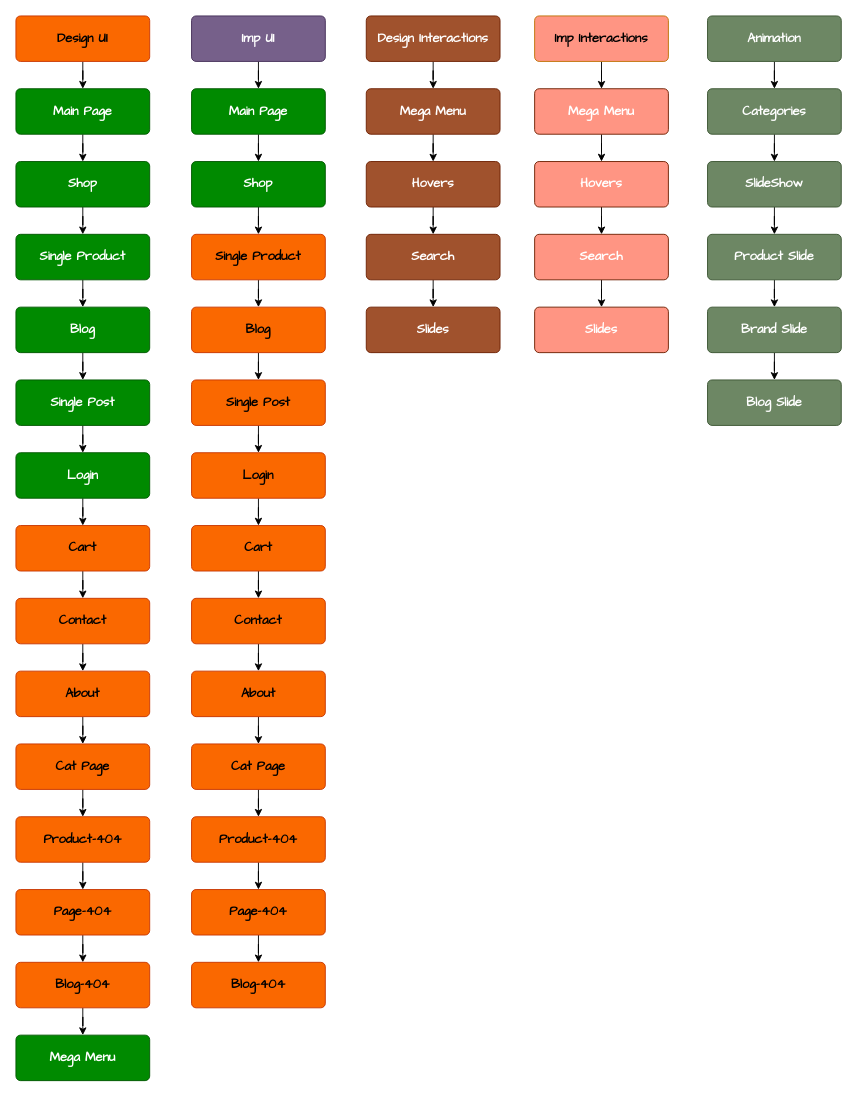
Above: JSProject.drawio in monfaredpersonal/Development (draw.io), before the change. Source tidied: cells renumbered, new cells numbered last; positions are measured from the earlier drawing's top-left corner, leaving out a move shared by most shapes. Both pictures are drawn from the tidied source at 91%, with x=0, y=0 at pixel (15, 15).
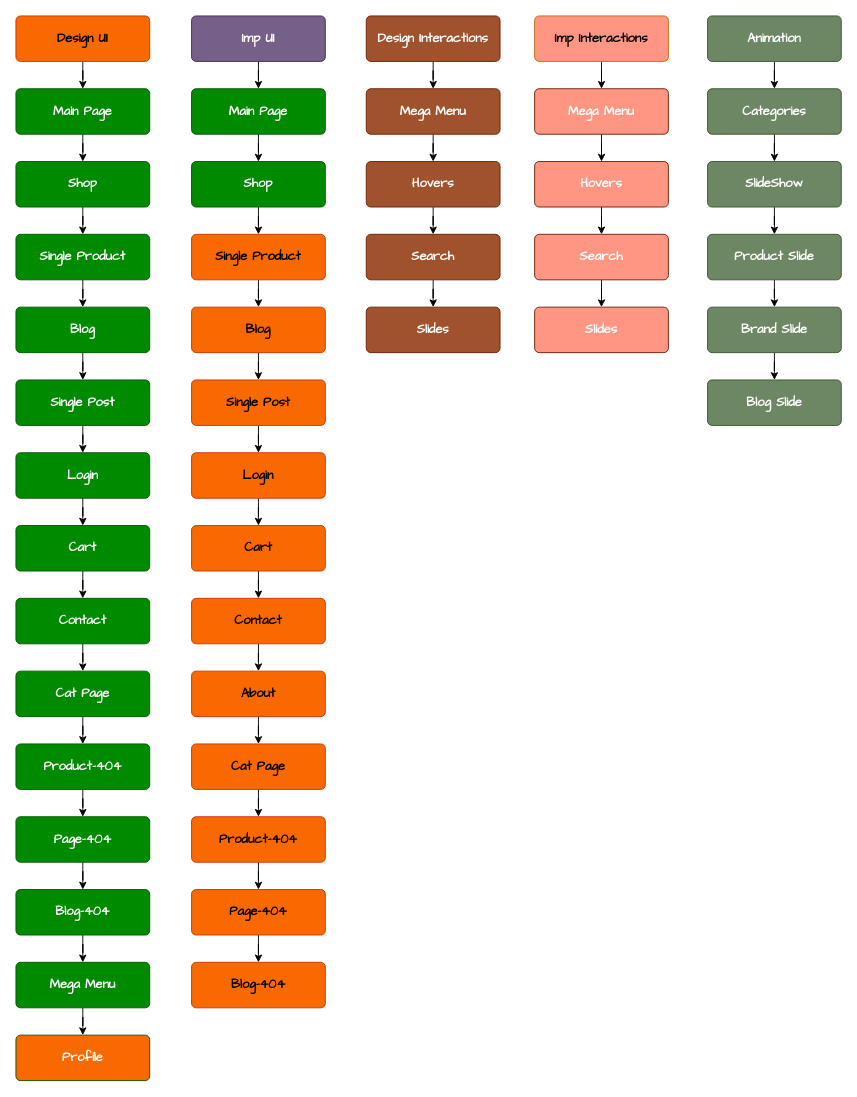
The same page after the edit.

What changed in the source:
```diff
@@
-    <mxCell id="25" value="&lt;div style=&quot;forced-color-adjust: none;&quot;&gt;Cart&lt;/div&gt;" style="html=1;shadow=0;dashed=0;shape=mxgraph.bootstrap.rrect;rSize=5;strokeColor=#C73500;strokeWidth=1;fillColor=#fa6800;fontColor=#000000;whiteSpace=wrap;align=center;verticalAlign=middle;spacingLeft=0;fontStyle=1;fontSize=14;spacing=5;rounded=1;glass=0;fillStyle=auto;fontFamily=Comic Sans MS;horizontal=1;textDirection=rtl;points=[];" parent="1" vertex="1">
+    <mxCell id="25" value="&lt;div style=&quot;forced-color-adjust: none;&quot;&gt;Cart&lt;/div&gt;" style="html=1;shadow=0;dashed=0;shape=mxgraph.bootstrap.rrect;rSize=5;strokeColor=#005700;strokeWidth=1;fillColor=#008a00;fontColor=#ffffff;whiteSpace=wrap;align=center;verticalAlign=middle;spacingLeft=0;fontStyle=1;fontSize=14;spacing=5;rounded=1;glass=0;fillStyle=auto;fontFamily=Comic Sans MS;horizontal=1;textDirection=rtl;points=[];" parent="1" vertex="1">
       <mxGeometry y="560" width="147" height="50" as="geometry" />
     </mxCell>
-    <mxCell id="26" style="edgeStyle=orthogonalEdgeStyle;rounded=0;jettySize=auto;html=1;" parent="1" edge="1" source="27" target="29">
-      <mxGeometry relative="1" as="geometry" />
-    </mxCell>
+    <mxCell id="87" style="edgeStyle=orthogonalEdgeStyle;rounded=0;jettySize=auto;html=1;" parent="1" edge="1" source="27" target="31">
+      <mxGeometry relative="1" as="geometry" />
+    </mxCell>
-    <mxCell id="27" value="&lt;div style=&quot;forced-color-adjust: none;&quot;&gt;Contact&lt;/div&gt;" style="html=1;shadow=0;dashed=0;shape=mxgraph.bootstrap.rrect;rSize=5;strokeColor=#C73500;strokeWidth=1;fillColor=#fa6800;fontColor=#000000;whiteSpace=wrap;align=center;verticalAlign=middle;spacingLeft=0;fontStyle=1;fontSize=14;spacing=5;rounded=1;glass=0;fillStyle=auto;fontFamily=Comic Sans MS;horizontal=1;textDirection=rtl;points=[];" parent="1" vertex="1">
+    <mxCell id="27" value="&lt;div style=&quot;forced-color-adjust: none;&quot;&gt;Contact&lt;/div&gt;" style="html=1;shadow=0;dashed=0;shape=mxgraph.bootstrap.rrect;rSize=5;strokeColor=#005700;strokeWidth=1;fillColor=#008a00;fontColor=#ffffff;whiteSpace=wrap;align=center;verticalAlign=middle;spacingLeft=0;fontStyle=1;fontSize=14;spacing=5;rounded=1;glass=0;fillStyle=auto;fontFamily=Comic Sans MS;horizontal=1;textDirection=rtl;points=[];" parent="1" vertex="1">
       <mxGeometry y="640" width="147" height="50" as="geometry" />
     </mxCell>
-    <mxCell id="28" style="edgeStyle=orthogonalEdgeStyle;rounded=0;jettySize=auto;html=1;" parent="1" edge="1" source="29" target="31">
-      <mxGeometry relative="1" as="geometry" />
-    </mxCell>
-    <mxCell id="29" value="&lt;div style=&quot;forced-color-adjust: none;&quot;&gt;About&lt;/div&gt;" style="html=1;shadow=0;dashed=0;shape=mxgraph.bootstrap.rrect;rSize=5;strokeColor=#C73500;strokeWidth=1;fillColor=#fa6800;fontColor=#000000;whiteSpace=wrap;align=center;verticalAlign=middle;spacingLeft=0;fontStyle=1;fontSize=14;spacing=5;rounded=1;glass=0;fillStyle=auto;fontFamily=Comic Sans MS;horizontal=1;textDirection=rtl;points=[];" parent="1" vertex="1">
-      <mxGeometry y="720" width="147" height="50" as="geometry" />
-    </mxCell>
@@
-    <mxCell id="31" value="&lt;div style=&quot;forced-color-adjust: none;&quot;&gt;Cat Page&lt;/div&gt;" style="html=1;shadow=0;dashed=0;shape=mxgraph.bootstrap.rrect;rSize=5;strokeColor=#C73500;strokeWidth=1;fillColor=#fa6800;fontColor=#000000;whiteSpace=wrap;align=center;verticalAlign=middle;spacingLeft=0;fontStyle=1;fontSize=14;spacing=5;rounded=1;glass=0;fillStyle=auto;fontFamily=Comic Sans MS;horizontal=1;textDirection=rtl;points=[];" parent="1" vertex="1">
-      <mxGeometry y="800" width="147" height="50" as="geometry" />
+    <mxCell id="31" value="&lt;div style=&quot;forced-color-adjust: none;&quot;&gt;Cat Page&lt;/div&gt;" style="html=1;shadow=0;dashed=0;shape=mxgraph.bootstrap.rrect;rSize=5;strokeColor=#005700;strokeWidth=1;fillColor=#008a00;fontColor=#ffffff;whiteSpace=wrap;align=center;verticalAlign=middle;spacingLeft=0;fontStyle=1;fontSize=14;spacing=5;rounded=1;glass=0;fillStyle=auto;fontFamily=Comic Sans MS;horizontal=1;textDirection=rtl;points=[];" parent="1" vertex="1">
+      <mxGeometry y="720" width="147" height="50" as="geometry" />
     </mxCell>
@@
-    <mxCell id="33" value="&lt;div style=&quot;forced-color-adjust: none;&quot;&gt;404-Product&lt;/div&gt;" style="html=1;shadow=0;dashed=0;shape=mxgraph.bootstrap.rrect;rSize=5;strokeColor=#C73500;strokeWidth=1;fillColor=#fa6800;fontColor=#000000;whiteSpace=wrap;align=center;verticalAlign=middle;spacingLeft=0;fontStyle=1;fontSize=14;spacing=5;rounded=1;glass=0;fillStyle=auto;fontFamily=Comic Sans MS;horizontal=1;textDirection=rtl;points=[];" parent="1" vertex="1">
-      <mxGeometry y="880" width="147" height="50" as="geometry" />
+    <mxCell id="33" value="&lt;div style=&quot;forced-color-adjust: none;&quot;&gt;404-Product&lt;/div&gt;" style="html=1;shadow=0;dashed=0;shape=mxgraph.bootstrap.rrect;rSize=5;strokeColor=#005700;strokeWidth=1;fillColor=#008a00;fontColor=#ffffff;whiteSpace=wrap;align=center;verticalAlign=middle;spacingLeft=0;fontStyle=1;fontSize=14;spacing=5;rounded=1;glass=0;fillStyle=auto;fontFamily=Comic Sans MS;horizontal=1;textDirection=rtl;points=[];" parent="1" vertex="1">
+      <mxGeometry y="800" width="147" height="50" as="geometry" />
     </mxCell>
@@
-    <mxCell id="35" value="&lt;div style=&quot;forced-color-adjust: none;&quot;&gt;404-Page&lt;/div&gt;" style="html=1;shadow=0;dashed=0;shape=mxgraph.bootstrap.rrect;rSize=5;strokeColor=#C73500;strokeWidth=1;fillColor=#fa6800;fontColor=#000000;whiteSpace=wrap;align=center;verticalAlign=middle;spacingLeft=0;fontStyle=1;fontSize=14;spacing=5;rounded=1;glass=0;fillStyle=auto;fontFamily=Comic Sans MS;horizontal=1;textDirection=rtl;points=[];" parent="1" vertex="1">
-      <mxGeometry y="960" width="147" height="50" as="geometry" />
+    <mxCell id="35" value="&lt;div style=&quot;forced-color-adjust: none;&quot;&gt;404-Page&lt;/div&gt;" style="html=1;shadow=0;dashed=0;shape=mxgraph.bootstrap.rrect;rSize=5;strokeColor=#005700;strokeWidth=1;fillColor=#008a00;fontColor=#ffffff;whiteSpace=wrap;align=center;verticalAlign=middle;spacingLeft=0;fontStyle=1;fontSize=14;spacing=5;rounded=1;glass=0;fillStyle=auto;fontFamily=Comic Sans MS;horizontal=1;textDirection=rtl;points=[];" parent="1" vertex="1">
+      <mxGeometry y="880" width="147" height="50" as="geometry" />
     </mxCell>
@@
-    <mxCell id="37" value="&lt;div style=&quot;forced-color-adjust: none;&quot;&gt;404-Blog&lt;/div&gt;" style="html=1;shadow=0;dashed=0;shape=mxgraph.bootstrap.rrect;rSize=5;strokeColor=#C73500;strokeWidth=1;fillColor=#fa6800;fontColor=#000000;whiteSpace=wrap;align=center;verticalAlign=middle;spacingLeft=0;fontStyle=1;fontSize=14;spacing=5;rounded=1;glass=0;fillStyle=auto;fontFamily=Comic Sans MS;horizontal=1;textDirection=rtl;points=[];" parent="1" vertex="1">
-      <mxGeometry y="1040" width="147" height="50" as="geometry" />
+    <mxCell id="37" value="&lt;div style=&quot;forced-color-adjust: none;&quot;&gt;404-Blog&lt;/div&gt;" style="html=1;shadow=0;dashed=0;shape=mxgraph.bootstrap.rrect;rSize=5;strokeColor=#005700;strokeWidth=1;fillColor=#008a00;fontColor=#ffffff;whiteSpace=wrap;align=center;verticalAlign=middle;spacingLeft=0;fontStyle=1;fontSize=14;spacing=5;rounded=1;glass=0;fillStyle=auto;fontFamily=Comic Sans MS;horizontal=1;textDirection=rtl;points=[];" parent="1" vertex="1">
+      <mxGeometry y="960" width="147" height="50" as="geometry" />
     </mxCell>
@@
+    <mxCell id="88" style="edgeStyle=orthogonalEdgeStyle;rounded=0;jettySize=auto;html=1;" parent="1" edge="1" source="86" target="89">
+      <mxGeometry relative="1" as="geometry" />
+    </mxCell>
     <mxCell id="86" value="&lt;div style=&quot;forced-color-adjust: none;&quot;&gt;Mega Menu&lt;/div&gt;" style="html=1;shadow=0;dashed=0;shape=mxgraph.bootstrap.rrect;rSize=5;strokeColor=#005700;strokeWidth=1;fillColor=#008a00;fontColor=#ffffff;whiteSpace=wrap;align=center;verticalAlign=middle;spacingLeft=0;fontStyle=1;fontSize=14;spacing=5;rounded=1;glass=0;fillStyle=auto;fontFamily=Comic Sans MS;horizontal=1;textDirection=rtl;points=[];" parent="1" vertex="1">
-      <mxGeometry y="1120" width="147" height="50" as="geometry" />
+      <mxGeometry y="1040" width="147" height="50" as="geometry" />
     </mxCell>
+    <mxCell id="89" value="&lt;div style=&quot;forced-color-adjust: none;&quot;&gt;Profile&lt;/div&gt;" style="html=1;shadow=0;dashed=0;shape=mxgraph.bootstrap.rrect;rSize=5;strokeColor=#005700;strokeWidth=1;fillColor=light-dark(#fa6800, #43ba43);fontColor=#ffffff;whiteSpace=wrap;align=center;verticalAlign=middle;spacingLeft=0;fontStyle=1;fontSize=14;spacing=5;rounded=1;glass=0;fillStyle=auto;fontFamily=Comic Sans MS;horizontal=1;textDirection=rtl;points=[];" parent="1" vertex="1">
+      <mxGeometry y="1120" width="147" height="50" as="geometry" />
+    </mxCell>
```
